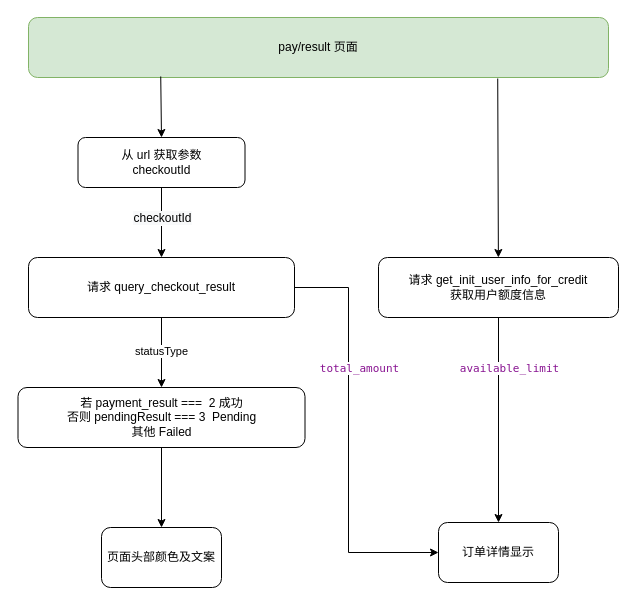
Earlier version of the draw.io diagram 多国家 - 支付结果页.drawio (landiy/drawio-repo). Source tidied: cells renumbered, new cells numbered last; positions are measured from the earlier drawing's top-left corner, leaving out a move shared by most shapes. Both pictures are drawn from the tidied source at 100%, with x=0, y=0 at pixel (18, 17).
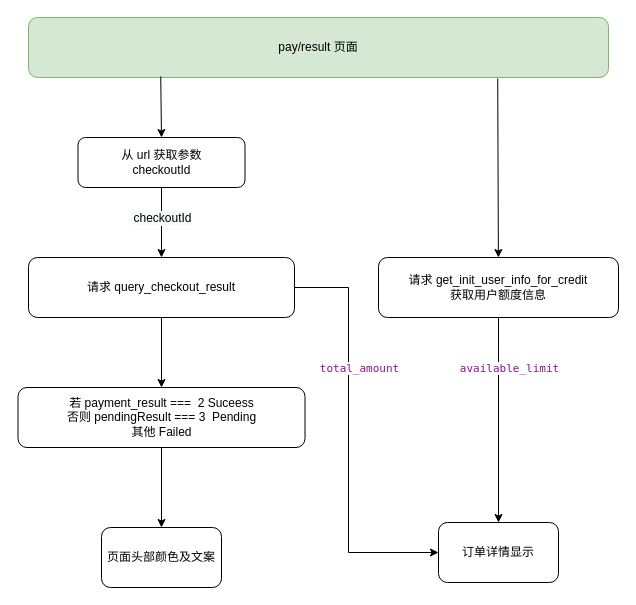
The same diagram, later.

Commit message:
Update 多国家 - 支付结果页.drawio

Unchanged cells that the change refers to:
```xml
<mxCell id="6" style="edgeStyle=orthogonalEdgeStyle;rounded=0;jettySize=auto;html=1;" parent="1" edge="1" source="10" target="15">
  <mxGeometry relative="1" as="geometry" />
</mxCell>
```

The edit, as a diff of the source:
```diff
@@
-    <mxCell id="7" value="statusType" style="edgeLabel;html=1;align=center;verticalAlign=middle;" parent="6" vertex="1">
-      <mxGeometry x="-0.07" y="-1" relative="1" as="geometry" />
-    </mxCell>
@@
-    <mxCell id="15" value="若 payment_result ===&amp;nbsp; 2 成功&lt;br&gt;否则 pendingResult === 3&amp;nbsp; Pending&lt;br&gt;其他 Failed" style="whiteSpace=wrap;html=1;rounded=1;" parent="1" vertex="1">
+    <mxCell id="15" value="若 payment_result ===&amp;nbsp; 2 Suceess&lt;br&gt;否则 pendingResult === 3&amp;nbsp; Pending&lt;br&gt;其他 Failed" style="whiteSpace=wrap;html=1;rounded=1;" parent="1" vertex="1">
       <mxGeometry x="-0.5" y="370" width="287" height="60" as="geometry" />
     </mxCell>
```
